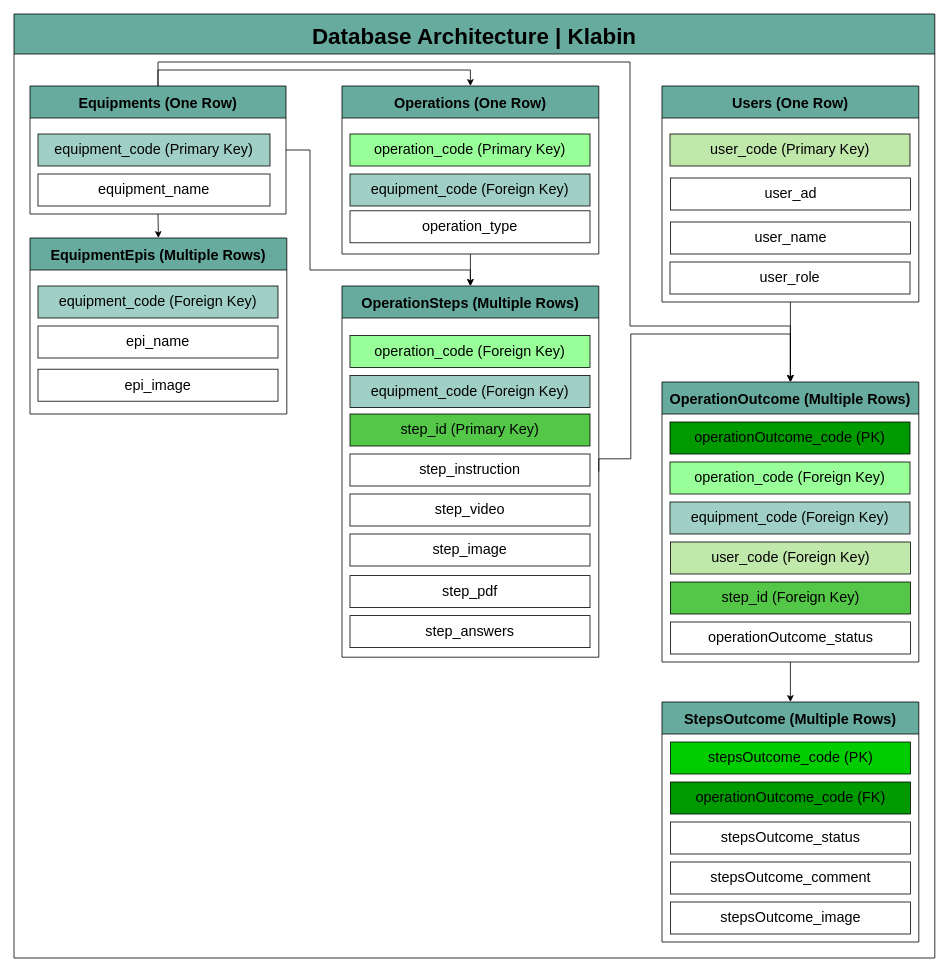
This is Klabin_DB Architecture.drawio from LuccaGiffoni/Flowcharts, a draw.io file, before an edit. Source tidied: cells renumbered, new cells numbered last; positions are measured from the earlier drawing's top-left corner, leaving out a move shared by most shapes. Both pictures are drawn from the tidied source at 80%, with x=0, y=0 at pixel (14, 14).
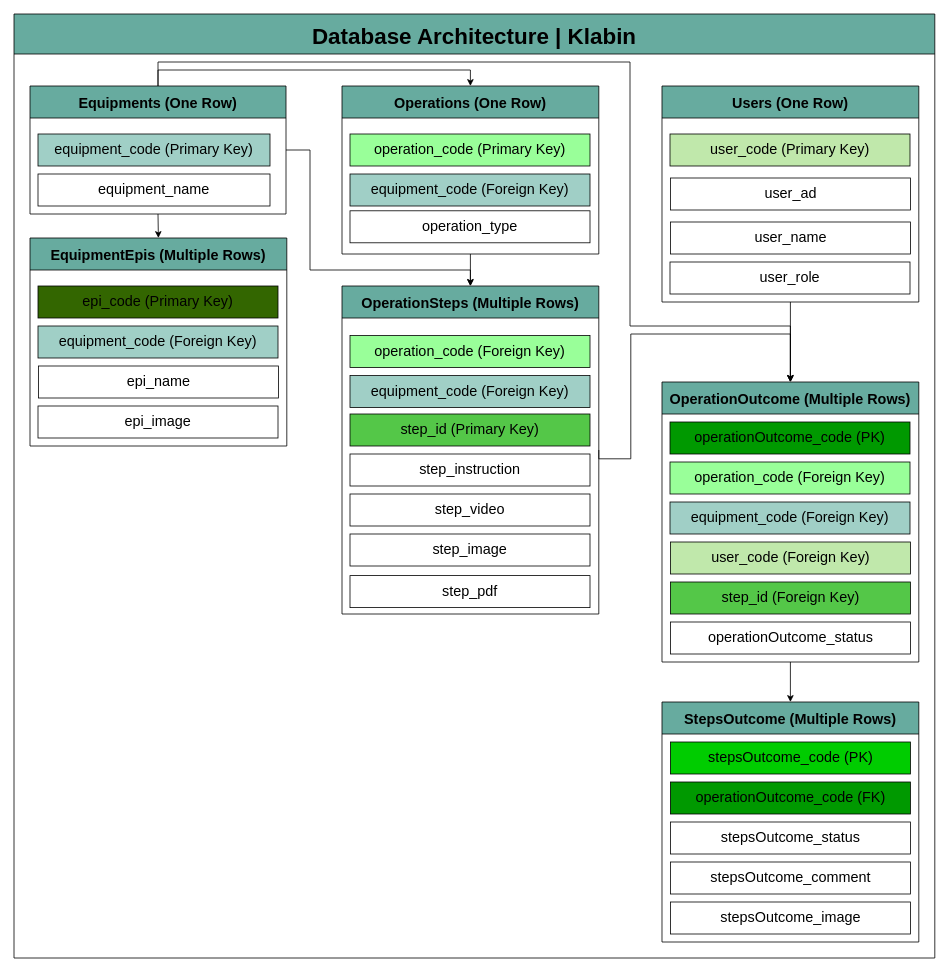
After the change.

The change refers to these unchanged cells:
```xml
<mxCell id="2" value="Database Architecture | Klabin" style="swimlane;fontSize=28;fillColor=#67AB9F;startSize=50;fontStyle=1;fontColor=#000000;flipH=1;" parent="1" vertex="1">
  <mxGeometry width="1151" height="1180" as="geometry" />
</mxCell>
```

Change to the diagram source:
```diff
@@
     <mxCell id="16" value="OperationSteps (Multiple Rows)" style="swimlane;fontSize=18;startSize=40;fillColor=#67AB9F;strokeColor=#000000;fontColor=#000000;flipH=1;" parent="2" vertex="1">
-      <mxGeometry x="410" y="340" width="321" height="464" as="geometry" />
+      <mxGeometry x="410" y="340" width="321" height="410" as="geometry" />
     </mxCell>
@@
-    <mxCell id="23" value="step_answers" style="rounded=0;whiteSpace=wrap;html=1;fontSize=18;flipH=1;" parent="16" vertex="1">
-      <mxGeometry x="10" y="412" width="300" height="40" as="geometry" />
-    </mxCell>
@@
     <mxCell id="25" value="EquipmentEpis (Multiple Rows)" style="swimlane;fontSize=18;startSize=40;fillColor=#67AB9F;strokeColor=#000000;fontColor=#000000;flipH=1;" parent="2" vertex="1">
-      <mxGeometry x="20" y="280" width="321" height="220" as="geometry" />
+      <mxGeometry x="20" y="280" width="321" height="260" as="geometry" />
     </mxCell>
     <mxCell id="26" value="equipment_code (Foreign Key)" style="rounded=0;whiteSpace=wrap;html=1;fontSize=18;fillColor=#A0CFC6;flipH=1;" parent="25" vertex="1">
-      <mxGeometry x="10" y="60" width="300" height="40" as="geometry" />
+      <mxGeometry x="10" y="110" width="300" height="40" as="geometry" />
     </mxCell>
     <mxCell id="27" value="epi_name" style="rounded=0;whiteSpace=wrap;html=1;fontSize=18;flipH=1;" parent="25" vertex="1">
-      <mxGeometry x="10" y="110" width="300" height="40" as="geometry" />
+      <mxGeometry x="10.5" y="160" width="300" height="40" as="geometry" />
     </mxCell>
     <mxCell id="28" value="epi_image" style="rounded=0;whiteSpace=wrap;html=1;fontSize=18;flipH=1;" parent="25" vertex="1">
-      <mxGeometry x="10" y="164" width="300" height="40" as="geometry" />
+      <mxGeometry x="10" y="210" width="300" height="40" as="geometry" />
     </mxCell>
+    <mxCell id="49" value="epi_code (Primary Key)" style="rounded=0;whiteSpace=wrap;html=1;fontSize=18;fillColor=#336600;flipH=1;" parent="25" vertex="1">
+      <mxGeometry x="10" y="60" width="300" height="40" as="geometry" />
+    </mxCell>
```
